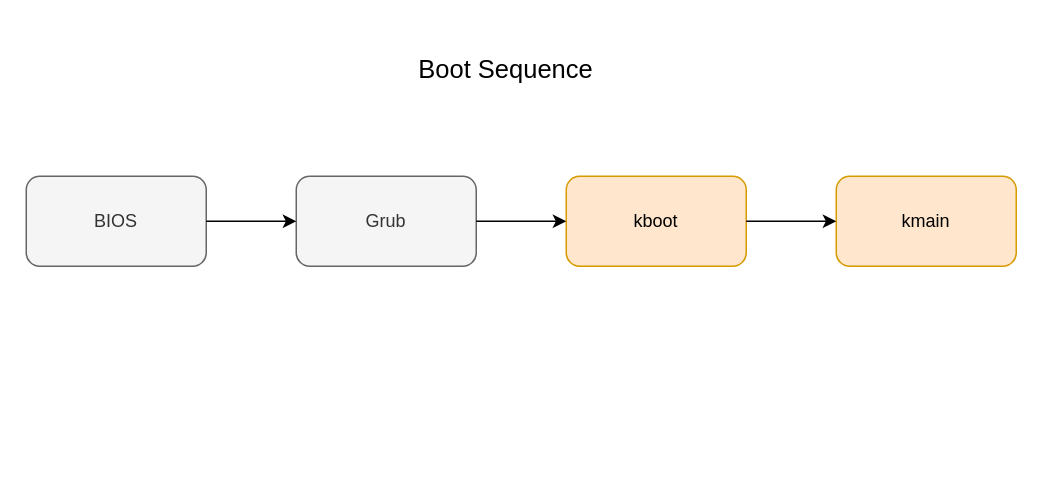
Before: doc/Drafts/Boot_Sequence.drawio in sandwichdoge/catchOS, a draw.io diagram. Source tidied: cells renumbered, new cells numbered last; positions are measured from the earlier drawing's top-left corner, leaving out a move shared by most shapes. Both pictures are drawn from the tidied source at 150%, with x=0, y=0 at pixel (26, 26).
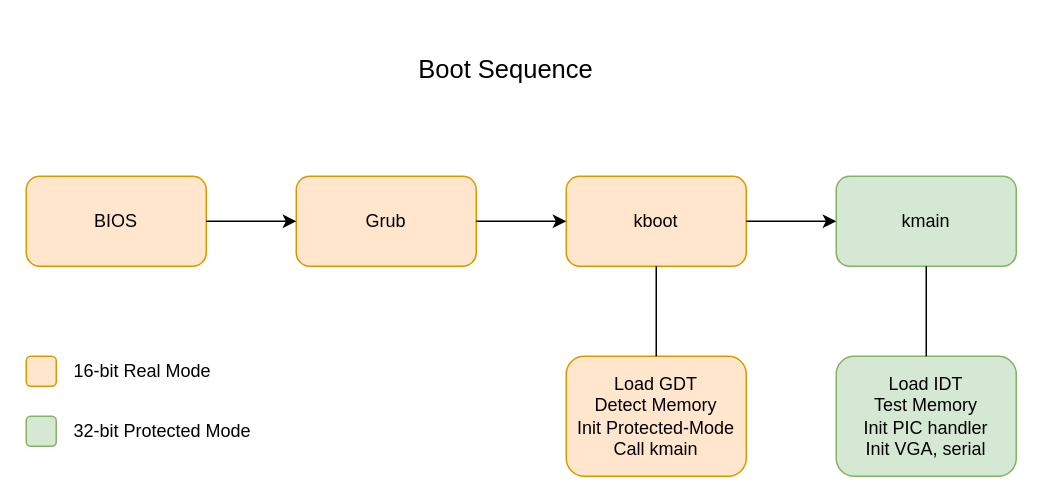
The same diagram, later.

Commit message (it also covers changes not shown here):
add doc for boot sequence

What changed in the source:
```diff
@@
 <mxGraphModel>
   <root>
     <mxCell id="0" />
     <mxCell id="1" parent="0" />
-    <mxCell id="2" value="BIOS" style="rounded=1;whiteSpace=wrap;html=1;fillColor=#f5f5f5;strokeColor=#666666;fontColor=#333333;" parent="1" vertex="1">
+    <mxCell id="2" value="BIOS" style="rounded=1;whiteSpace=wrap;html=1;fillColor=#ffe6cc;strokeColor=#d79b00;" parent="1" vertex="1">
       <mxGeometry y="100" width="120" height="60" as="geometry" />
     </mxCell>
-    <mxCell id="3" value="Grub" style="rounded=1;whiteSpace=wrap;html=1;fillColor=#f5f5f5;strokeColor=#666666;fontColor=#333333;" parent="1" vertex="1">
+    <mxCell id="3" value="Grub" style="rounded=1;whiteSpace=wrap;html=1;fillColor=#ffe6cc;strokeColor=#d79b00;" parent="1" vertex="1">
       <mxGeometry x="180" y="100" width="120" height="60" as="geometry" />
     </mxCell>
     <mxCell id="4" value="kboot" style="rounded=1;whiteSpace=wrap;html=1;fillColor=#ffe6cc;strokeColor=#d79b00;" parent="1" vertex="1">
       <mxGeometry x="360" y="100" width="120" height="60" as="geometry" />
     </mxCell>
-    <mxCell id="5" value="kmain" style="rounded=1;whiteSpace=wrap;html=1;fillColor=#ffe6cc;strokeColor=#d79b00;" parent="1" vertex="1">
+    <mxCell id="5" value="kmain" style="rounded=1;whiteSpace=wrap;html=1;fillColor=#d5e8d4;strokeColor=#82b366;" parent="1" vertex="1">
       <mxGeometry x="540" y="100" width="120" height="60" as="geometry" />
     </mxCell>
     <mxCell id="6" style="endArrow=classic;html=1;entryX=0;entryY=0.5;entryDx=0;entryDy=0;exitX=1;exitY=0.5;exitDx=0;exitDy=0;" parent="1" edge="1" source="2" target="3">
       <mxGeometry relative="1" as="geometry" />
     </mxCell>
     <mxCell id="7" style="endArrow=classic;html=1;entryX=0;entryY=0.5;entryDx=0;entryDy=0;exitX=1;exitY=0.5;exitDx=0;exitDy=0;" parent="1" edge="1" source="3" target="4">
       <mxGeometry relative="1" as="geometry" />
     </mxCell>
     <mxCell id="8" style="endArrow=classic;html=1;entryX=0;entryY=0.5;entryDx=0;entryDy=0;exitX=1;exitY=0.5;exitDx=0;exitDy=0;" parent="1" edge="1" source="4" target="5">
       <mxGeometry relative="1" as="geometry" />
     </mxCell>
     <mxCell id="9" value="&lt;font style=&quot;font-size: 17px&quot;&gt;Boot Sequence&lt;/font&gt;" style="text;html=1;strokeColor=none;fillColor=none;align=center;verticalAlign=middle;whiteSpace=wrap;rounded=0;" parent="1" vertex="1">
       <mxGeometry x="160" width="320" height="60" as="geometry" />
     </mxCell>
+    <mxCell id="10" value="&lt;div&gt;Load GDT&lt;/div&gt;&lt;div&gt;Detect Memory&lt;/div&gt;&lt;div&gt;Init Protected-Mode&lt;/div&gt;&lt;div&gt;Call kmain&lt;br&gt;&lt;/div&gt;" style="rounded=1;whiteSpace=wrap;html=1;fillColor=#ffe6cc;strokeColor=#d79b00;" parent="1" vertex="1">
+      <mxGeometry x="360" y="220" width="120" height="80" as="geometry" />
+    </mxCell>
+    <mxCell id="11" style="endArrow=none;html=1;entryX=0.5;entryY=1;entryDx=0;entryDy=0;exitX=0.5;exitY=0;exitDx=0;exitDy=0;" parent="1" edge="1" source="10" target="4">
+      <mxGeometry relative="1" as="geometry" />
+    </mxCell>
+    <mxCell id="12" value="&lt;div&gt;Load IDT&lt;/div&gt;&lt;div&gt;Test Memory&lt;/div&gt;&lt;div&gt;Init PIC handler&lt;/div&gt;&lt;div&gt;Init VGA, serial&lt;br&gt;&lt;/div&gt;" style="rounded=1;whiteSpace=wrap;html=1;fillColor=#d5e8d4;strokeColor=#82b366;" parent="1" vertex="1">
+      <mxGeometry x="540" y="220" width="120" height="80" as="geometry" />
+    </mxCell>
+    <mxCell id="13" style="endArrow=none;html=1;entryX=0.5;entryY=1;entryDx=0;entryDy=0;exitX=0.5;exitY=0;exitDx=0;exitDy=0;" parent="1" edge="1" source="12" target="5">
+      <mxGeometry relative="1" as="geometry" />
+    </mxCell>
+    <mxCell id="14" style="rounded=1;whiteSpace=wrap;html=1;fillColor=#ffe6cc;strokeColor=#d79b00;" parent="1" vertex="1">
+      <mxGeometry y="220" width="20" height="20" as="geometry" />
+    </mxCell>
+    <mxCell id="15" value="&lt;div align=&quot;left&quot;&gt;16-bit Real Mode&lt;/div&gt;" style="text;html=1;strokeColor=none;fillColor=none;align=left;verticalAlign=middle;whiteSpace=wrap;rounded=0;" parent="1" vertex="1">
+      <mxGeometry x="30" y="220" width="120" height="20" as="geometry" />
+    </mxCell>
+    <mxCell id="16" style="rounded=1;whiteSpace=wrap;html=1;fillColor=#d5e8d4;strokeColor=#82b366;" parent="1" vertex="1">
+      <mxGeometry y="260" width="20" height="20" as="geometry" />
+    </mxCell>
+    <mxCell id="17" value="&lt;div align=&quot;left&quot;&gt;32-bit Protected Mode&lt;/div&gt;" style="text;html=1;strokeColor=none;fillColor=none;align=left;verticalAlign=middle;whiteSpace=wrap;rounded=0;" parent="1" vertex="1">
+      <mxGeometry x="30" y="260" width="140" height="20" as="geometry" />
+    </mxCell>
   </root>
 </mxGraphModel>
```
